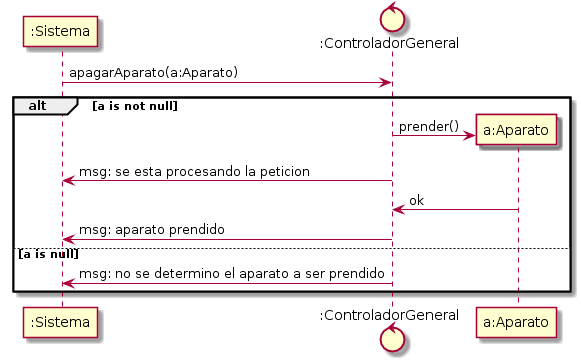
Before: Integrador/PCHouse/UMLDoc/Diagrama Secuencia Diseño/diagrama_secuencia_diseño_-_prenderAparato_-_v0-1.png, a diagram exported from PlantUML (ulisescolina/UC-POOII).
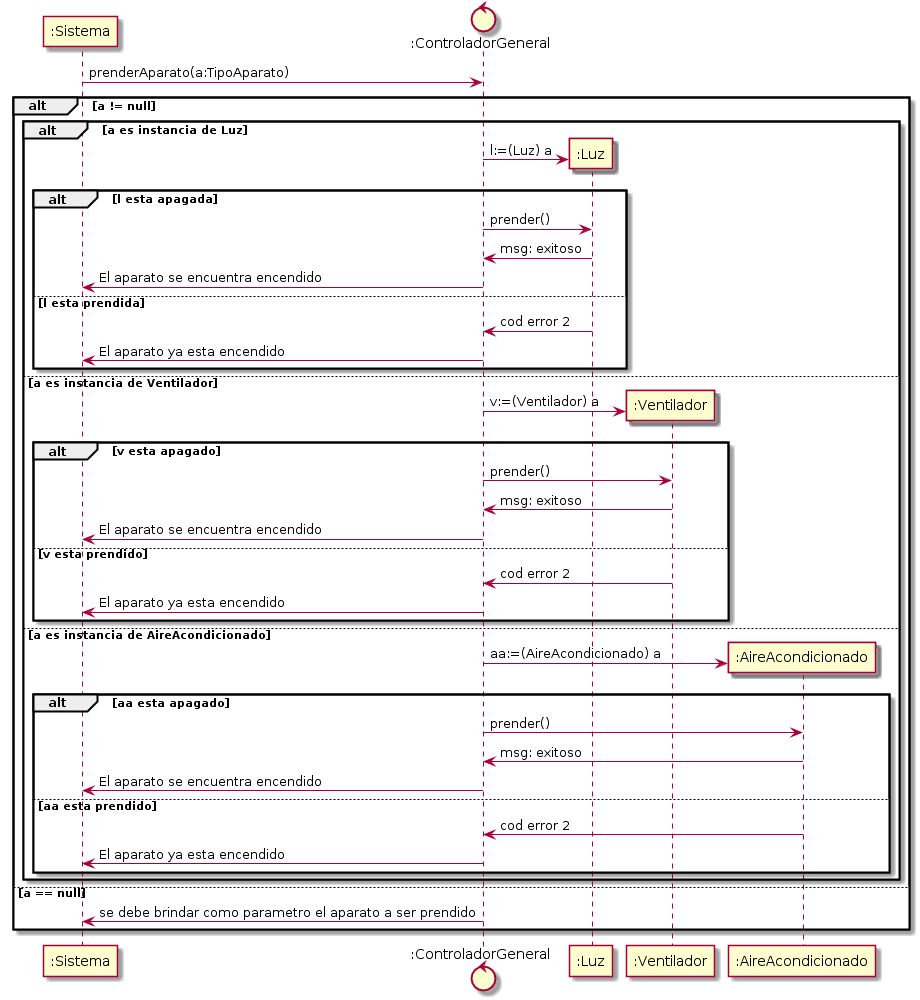
The same file after the commit.

Commit message:
DSD prender/apagar Aparato: ahora refleja el casteo para las operaciones con los objetos, y se condice mejor con los contratos y sus condiciones

Diff of the diagram source:
```diff
@@ -2,17 +2,48 @@
 
 participant ":Sistema" as S
 control ":ControladorGeneral" as CG
-participant "a:Aparato" as A
+participant ":Luz" as L
+participant ":Ventilador" as V
+participant ":AireAcondicionado" as AA
 
+S -> CG: prenderAparato(a:TipoAparato)
+alt a != null
+	alt a es instancia de Luz
+		create L
+		CG -> L: l:=(Luz) a
+		alt l esta apagada
+			CG -> L: prender()
+			L -> CG: msg: exitoso
+			CG -> S: El aparato se encuentra encendido
+		else l esta prendida
+			L -> CG: cod error 2
+			CG -> S: El aparato ya esta encendido
+		end
+	else a es instancia de Ventilador
+		create V
+		CG -> V: v:=(Ventilador) a
+		alt v esta apagado
+			CG -> V: prender()
+			V -> CG: msg: exitoso
+			CG -> S: El aparato se encuentra encendido
+		else v esta prendido
+			V -> CG: cod error 2
+			CG -> S: El aparato ya esta encendido
+		end
+	else a es instancia de AireAcondicionado
+		create AA
+		CG -> AA: aa:=(AireAcondicionado) a
+		alt aa esta apagado
+			CG -> AA: prender()
+			AA -> CG: msg: exitoso
+			CG -> S: El aparato se encuentra encendido
+		else aa esta prendido
+			AA -> CG: cod error 2
+			CG -> S: El aparato ya esta encendido
+		end
+	end
+else a == null
+	CG -> S: se debe brindar como parametro el aparato a ser prendido
+end
 
-S -> CG: apagarAparato(a:Aparato)
-alt a is not null
-  create A
-  CG -> A: prender()
-  CG -> S: msg: se esta procesando la peticion
-  A -> CG: ok
-  CG -> S: msg: aparato prendido
-else a is null
-  CG -> S: msg: no se determino el aparato a ser prendido
-end
 @enduml
```
